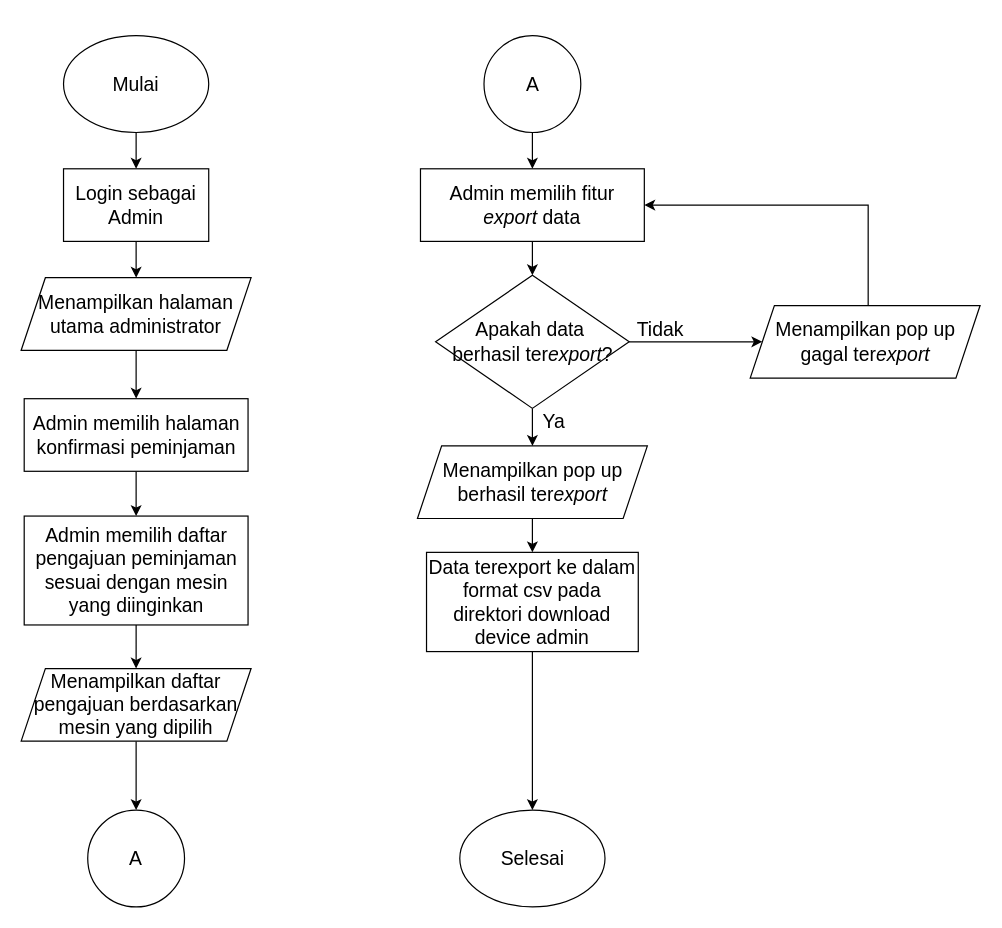
Earlier version of the draw.io diagram page "Proses Mengeksport Data" (37 of 42) of Diagram Aktivitas Admin.drawio.xml (murtianggraeni/TugasAkhir_Flowchart). Source tidied: cells renumbered, new cells numbered last; positions are measured from the earlier drawing's top-left corner, leaving out a move shared by most shapes. Both pictures are drawn from the tidied source at 121%, with x=0, y=0 at pixel (21, 35).
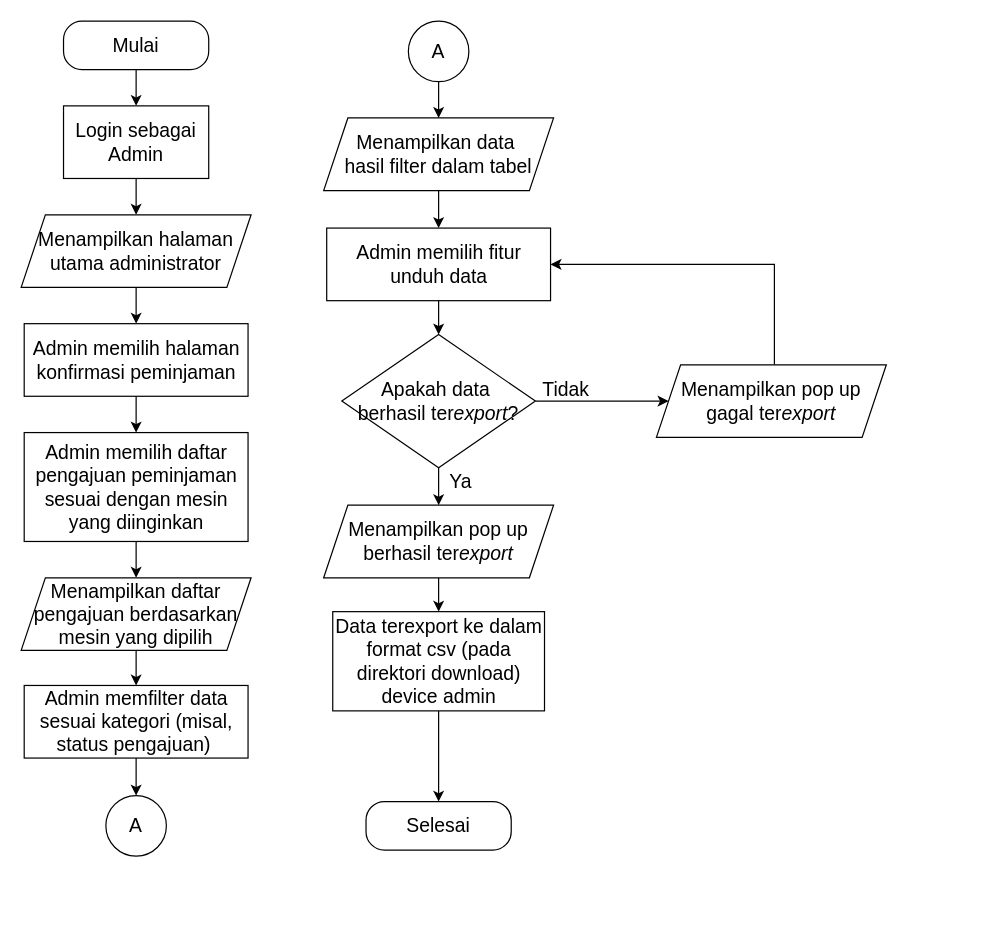
The same diagram, later.

What changed in the source:
```diff
@@
-    <mxCell id="2" style="edgeStyle=orthogonalEdgeStyle;rounded=0;jettySize=auto;html=1;" parent="1" edge="1" source="3" target="5">
-      <mxGeometry relative="1" as="geometry" />
-    </mxCell>
-    <mxCell id="3" value="&lt;font style=&quot;font-size: 16px;&quot;&gt;Mulai&lt;/font&gt;" style="ellipse;whiteSpace=wrap;html=1;" parent="1" vertex="1">
-      <mxGeometry x="35" width="120" height="80" as="geometry" />
-    </mxCell>
@@
     <mxCell id="5" value="&lt;font style=&quot;font-size: 16px;&quot;&gt;Login sebagai Admin&lt;/font&gt;" style="whiteSpace=wrap;html=1;" parent="1" vertex="1">
-      <mxGeometry x="35" y="110" width="120" height="60" as="geometry" />
+      <mxGeometry x="35" y="58" width="120" height="60" as="geometry" />
     </mxCell>
@@
     <mxCell id="7" value="&lt;font style=&quot;font-size: 16px;&quot;&gt;Menampilkan halaman utama administrator&lt;/font&gt;" style="shape=parallelogram;perimeter=parallelogramPerimeter;whiteSpace=wrap;html=1;fixedSize=1;" parent="1" vertex="1">
-      <mxGeometry y="200" width="190" height="60" as="geometry" />
+      <mxGeometry y="148" width="190" height="60" as="geometry" />
     </mxCell>
@@
     <mxCell id="9" value="&lt;font style=&quot;font-size: 16px;&quot;&gt;Admin memilih halaman konfirmasi peminjaman&lt;/font&gt;" style="whiteSpace=wrap;html=1;" parent="1" vertex="1">
-      <mxGeometry x="2.5" y="300" width="185" height="60" as="geometry" />
+      <mxGeometry x="2.5" y="238" width="185" height="60" as="geometry" />
     </mxCell>
@@
     <mxCell id="11" value="&lt;font style=&quot;font-size: 16px;&quot;&gt;Admin memilih daftar pengajuan peminjaman sesuai dengan mesin yang diinginkan&lt;/font&gt;" style="whiteSpace=wrap;html=1;" parent="1" vertex="1">
-      <mxGeometry x="2.5" y="397" width="185" height="90" as="geometry" />
+      <mxGeometry x="2.5" y="328" width="185" height="90" as="geometry" />
     </mxCell>
-    <mxCell id="12" style="edgeStyle=orthogonalEdgeStyle;rounded=0;jettySize=auto;html=1;" parent="1" edge="1" source="13" target="14">
-      <mxGeometry relative="1" as="geometry" />
-    </mxCell>
+    <mxCell id="31" style="edgeStyle=orthogonalEdgeStyle;rounded=0;jettySize=auto;html=1;" parent="1" edge="1" source="13" target="42">
+      <mxGeometry relative="1" as="geometry" />
+    </mxCell>
     <mxCell id="13" value="&lt;font style=&quot;font-size: 16px;&quot;&gt;Menampilkan daftar pengajuan berdasarkan mesin yang dipilih&lt;/font&gt;" style="shape=parallelogram;perimeter=parallelogramPerimeter;whiteSpace=wrap;html=1;fixedSize=1;" parent="1" vertex="1">
-      <mxGeometry y="523" width="190" height="60" as="geometry" />
+      <mxGeometry y="448" width="190" height="60" as="geometry" />
     </mxCell>
     <mxCell id="14" value="&lt;font style=&quot;font-size: 16px;&quot;&gt;A&lt;/font&gt;" style="ellipse;whiteSpace=wrap;html=1;" parent="1" vertex="1">
-      <mxGeometry x="55" y="640" width="80" height="80" as="geometry" />
+      <mxGeometry x="70" y="628" width="50" height="50" as="geometry" />
     </mxCell>
-    <mxCell id="15" style="edgeStyle=orthogonalEdgeStyle;rounded=0;jettySize=auto;html=1;" parent="1" edge="1" source="16" target="25">
-      <mxGeometry relative="1" as="geometry" />
-    </mxCell>
+    <mxCell id="2" style="edgeStyle=orthogonalEdgeStyle;rounded=0;jettySize=auto;html=1;entryX=0.5;entryY=0;entryDx=0;entryDy=0;" parent="1" edge="1" source="3" target="5">
+      <mxGeometry relative="1" as="geometry" />
+    </mxCell>
+    <mxCell id="3" value="&lt;font style=&quot;font-size: 16px;&quot;&gt;Mulai&lt;/font&gt;" style="rounded=1;whiteSpace=wrap;html=1;arcSize=38;" parent="1" vertex="1">
+      <mxGeometry x="35" y="-12" width="120" height="40" as="geometry" />
+    </mxCell>
+    <mxCell id="23" value="&lt;span style=&quot;font-size: 16px;&quot;&gt;Selesai&lt;/span&gt;" style="rounded=1;whiteSpace=wrap;html=1;arcSize=38;" parent="1" vertex="1">
+      <mxGeometry x="285" y="633" width="120" height="40" as="geometry" />
+    </mxCell>
+    <mxCell id="32" style="edgeStyle=orthogonalEdgeStyle;rounded=0;jettySize=auto;html=1;entryX=0.5;entryY=0;entryDx=0;entryDy=0;" parent="1" edge="1" source="16" target="34">
+      <mxGeometry relative="1" as="geometry" />
+    </mxCell>
     <mxCell id="16" value="&lt;font style=&quot;font-size: 16px;&quot;&gt;A&lt;/font&gt;" style="ellipse;whiteSpace=wrap;html=1;" parent="1" vertex="1">
-      <mxGeometry x="382.5" width="80" height="80" as="geometry" />
+      <mxGeometry x="320" y="-12" width="50" height="50" as="geometry" />
     </mxCell>
+    <mxCell id="33" style="edgeStyle=orthogonalEdgeStyle;rounded=0;jettySize=auto;html=1;" parent="1" edge="1" source="34">
+      <mxGeometry relative="1" as="geometry">
+        <mxPoint x="345" y="159" as="targetPoint" />
+      </mxGeometry>
+    </mxCell>
+    <mxCell id="34" value="&lt;span style=&quot;font-size: 16px;&quot;&gt;Menampilkan data&amp;nbsp;&lt;/span&gt;&lt;div&gt;&lt;span style=&quot;font-size: 16px;&quot;&gt;hasil filter dalam tabel&lt;/span&gt;&lt;/div&gt;" style="shape=parallelogram;perimeter=parallelogramPerimeter;whiteSpace=wrap;html=1;fixedSize=1;" parent="1" vertex="1">
+      <mxGeometry x="250" y="68" width="190" height="60" as="geometry" />
+    </mxCell>
@@
     <mxCell id="20" value="&lt;span style=&quot;font-size: 16px;&quot;&gt;Apakah data&amp;nbsp;&lt;/span&gt;&lt;div&gt;&lt;span style=&quot;font-size: 16px;&quot;&gt;berhasil ter&lt;i&gt;export&lt;/i&gt;?&lt;/span&gt;&lt;/div&gt;" style="rhombus;whiteSpace=wrap;html=1;" parent="1" vertex="1">
-      <mxGeometry x="342.5" y="198" width="160" height="110" as="geometry" />
+      <mxGeometry x="265" y="247" width="160" height="110" as="geometry" />
     </mxCell>
     <mxCell id="21" value="&lt;font style=&quot;font-size: 16px;&quot;&gt;Tidak&lt;/font&gt;" style="text;html=1;align=center;verticalAlign=middle;strokeColor=none;fillColor=none;" parent="1" vertex="1">
-      <mxGeometry x="497.5" y="228" width="60" height="30" as="geometry" />
+      <mxGeometry x="420" y="277" width="60" height="30" as="geometry" />
     </mxCell>
-    <mxCell id="22" style="edgeStyle=orthogonalEdgeStyle;rounded=0;jettySize=auto;html=1;entryX=0.5;entryY=0;entryDx=0;entryDy=0;exitX=0.5;exitY=1;exitDx=0;exitDy=0;" parent="1" edge="1" source="26" target="23">
-      <mxGeometry relative="1" as="geometry" />
-    </mxCell>
-    <mxCell id="23" value="&lt;font style=&quot;font-size: 16px;&quot;&gt;Selesai&lt;/font&gt;" style="ellipse;whiteSpace=wrap;html=1;" parent="1" vertex="1">
-      <mxGeometry x="362.5" y="640" width="120" height="80" as="geometry" />
-    </mxCell>
-    <mxCell id="24" style="edgeStyle=orthogonalEdgeStyle;rounded=0;jettySize=auto;html=1;" parent="1" edge="1" source="25" target="20">
-      <mxGeometry relative="1" as="geometry" />
-    </mxCell>
-    <mxCell id="25" value="&lt;font style=&quot;font-size: 16px;&quot;&gt;Admin memilih fitur &lt;i&gt;export&lt;/i&gt; data&lt;/font&gt;" style="whiteSpace=wrap;html=1;" parent="1" vertex="1">
-      <mxGeometry x="330" y="110" width="185" height="60" as="geometry" />
-    </mxCell>
-    <mxCell id="26" value="&lt;span style=&quot;font-size: 16px;&quot;&gt;Data terexport ke dalam format csv pada direktori download device admin&lt;/span&gt;" style="whiteSpace=wrap;html=1;" parent="1" vertex="1">
-      <mxGeometry x="335" y="427" width="175" height="82" as="geometry" />
-    </mxCell>
-    <mxCell id="27" style="edgeStyle=orthogonalEdgeStyle;rounded=0;jettySize=auto;html=1;" parent="1" edge="1" source="28" target="26">
-      <mxGeometry relative="1" as="geometry" />
-    </mxCell>
+    <mxCell id="35" style="edgeStyle=orthogonalEdgeStyle;rounded=0;jettySize=auto;html=1;" parent="1" edge="1" source="36" target="20">
+      <mxGeometry relative="1" as="geometry" />
+    </mxCell>
+    <mxCell id="36" value="&lt;font style=&quot;font-size: 16px;&quot;&gt;Admin memilih fitur unduh&amp;nbsp;data&lt;/font&gt;" style="whiteSpace=wrap;html=1;" parent="1" vertex="1">
+      <mxGeometry x="252.5" y="159" width="185" height="60" as="geometry" />
+    </mxCell>
+    <mxCell id="37" style="edgeStyle=orthogonalEdgeStyle;rounded=0;jettySize=auto;html=1;" parent="1" edge="1" source="38" target="23">
+      <mxGeometry relative="1" as="geometry" />
+    </mxCell>
+    <mxCell id="38" value="&lt;span style=&quot;font-size: 16px;&quot;&gt;Data terexport ke dalam format csv (pada direktori download) device admin&lt;/span&gt;" style="whiteSpace=wrap;html=1;" parent="1" vertex="1">
+      <mxGeometry x="257.5" y="476" width="175" height="82" as="geometry" />
+    </mxCell>
+    <mxCell id="39" style="edgeStyle=orthogonalEdgeStyle;rounded=0;jettySize=auto;html=1;" parent="1" edge="1" source="28" target="38">
+      <mxGeometry relative="1" as="geometry" />
+    </mxCell>
     <mxCell id="28" value="&lt;span style=&quot;font-size: 16px;&quot;&gt;Menampilkan pop up berhasil ter&lt;i&gt;export&lt;/i&gt;&lt;/span&gt;" style="shape=parallelogram;perimeter=parallelogramPerimeter;whiteSpace=wrap;html=1;fixedSize=1;" parent="1" vertex="1">
-      <mxGeometry x="327.5" y="339" width="190" height="60" as="geometry" />
+      <mxGeometry x="250" y="388" width="190" height="60" as="geometry" />
     </mxCell>
-    <mxCell id="29" style="edgeStyle=orthogonalEdgeStyle;rounded=0;jettySize=auto;html=1;entryX=1;entryY=0.5;entryDx=0;entryDy=0;" parent="1" edge="1" source="30" target="25">
-      <mxGeometry relative="1" as="geometry">
-        <Array as="points">
-          <mxPoint x="700" y="140" />
-        </Array>
-      </mxGeometry>
-    </mxCell>
+    <mxCell id="40" style="edgeStyle=orthogonalEdgeStyle;rounded=0;jettySize=auto;html=1;entryX=1;entryY=0.5;entryDx=0;entryDy=0;" parent="1" edge="1" source="30" target="36">
+      <mxGeometry relative="1" as="geometry">
+        <Array as="points">
+          <mxPoint x="622.5" y="189" />
+        </Array>
+      </mxGeometry>
+    </mxCell>
     <mxCell id="30" value="&lt;span style=&quot;font-size: 16px;&quot;&gt;Menampilkan pop up gagal ter&lt;i&gt;export&lt;/i&gt;&lt;/span&gt;" style="shape=parallelogram;perimeter=parallelogramPerimeter;whiteSpace=wrap;html=1;fixedSize=1;" parent="1" vertex="1">
-      <mxGeometry x="602.5" y="223" width="190" height="60" as="geometry" />
+      <mxGeometry x="525" y="272" width="190" height="60" as="geometry" />
     </mxCell>
+    <mxCell id="41" style="edgeStyle=orthogonalEdgeStyle;rounded=0;jettySize=auto;html=1;" parent="1" edge="1" source="42" target="14">
+      <mxGeometry relative="1" as="geometry" />
+    </mxCell>
+    <mxCell id="42" value="&lt;span style=&quot;font-size: 16px;&quot;&gt;Admin memfilter data sesuai kategori (misal, status pengajuan)&amp;nbsp;&lt;/span&gt;" style="whiteSpace=wrap;html=1;" parent="1" vertex="1">
+      <mxGeometry x="2.5" y="537" width="185" height="60" as="geometry" />
+    </mxCell>
```
